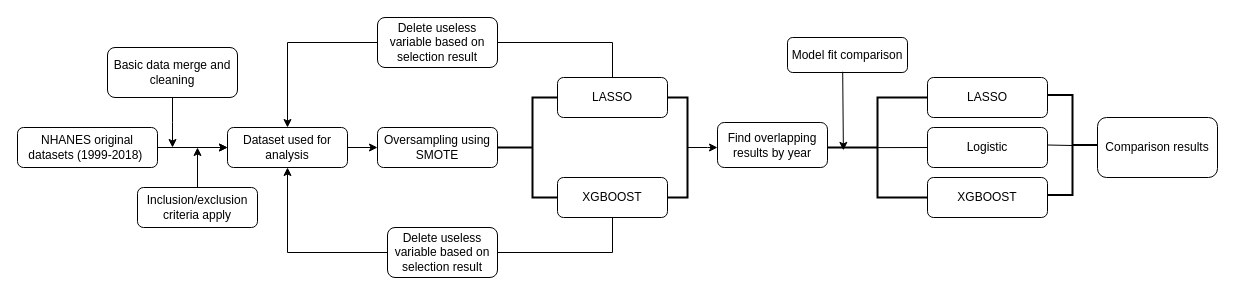
xuetao666/625_Group5 keeps this draw.io diagram as Results/Flowchart.drawio. Above is the earlier version. Source tidied: cells renumbered, new cells numbered last; positions are measured from the earlier drawing's top-left corner, leaving out a move shared by most shapes. Both pictures are drawn from the tidied source at 100%, with x=0, y=0 at pixel (17, 17).
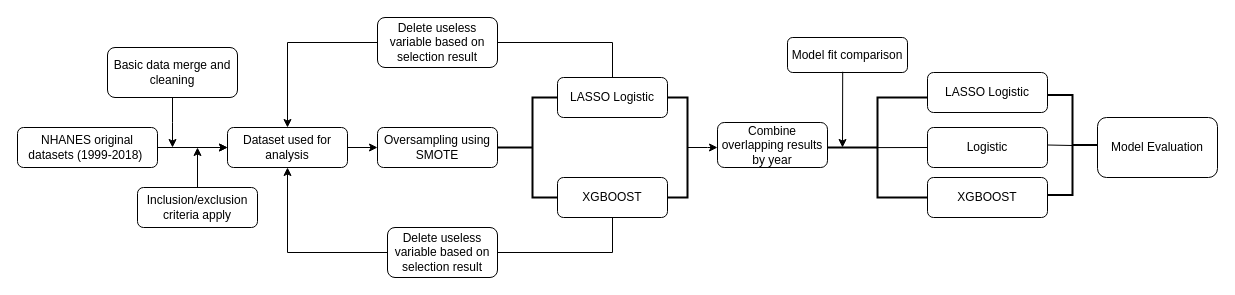
After the change.

Unchanged cells that the change refers to:
```xml
<mxCell id="24" style="strokeWidth=2;html=1;shape=mxgraph.flowchart.annotation_2;align=left;labelPosition=right;" parent="1" vertex="1">
  <mxGeometry x="810" y="80" width="100" height="100" as="geometry" />
</mxCell>
<mxCell id="31" value="Model fit comparison" style="rounded=1;whiteSpace=wrap;html=1;" parent="1" vertex="1">
  <mxGeometry x="770" y="20" width="120" height="35" as="geometry" />
</mxCell>
```

The edit, as a diff of the source:
```diff
@@
-    <mxCell id="12" value="LASSO" style="rounded=1;whiteSpace=wrap;html=1;" parent="1" vertex="1">
+    <mxCell id="12" value="LASSO Logistic" style="rounded=1;whiteSpace=wrap;html=1;" parent="1" vertex="1">
       <mxGeometry x="540" y="60" width="110" height="40" as="geometry" />
     </mxCell>
@@
-    <mxCell id="16" value="Find overlapping results by year" style="rounded=1;whiteSpace=wrap;html=1;" parent="1" vertex="1">
+    <mxCell id="16" value="Combine overlapping results by year" style="rounded=1;whiteSpace=wrap;html=1;" parent="1" vertex="1">
       <mxGeometry x="700" y="105" width="110" height="45" as="geometry" />
     </mxCell>
@@
-    <mxCell id="25" value="LASSO" style="rounded=1;whiteSpace=wrap;html=1;" parent="1" vertex="1">
-      <mxGeometry x="910" y="60" width="120" height="40" as="geometry" />
+    <mxCell id="25" value="LASSO Logistic" style="rounded=1;whiteSpace=wrap;html=1;" parent="1" vertex="1">
+      <mxGeometry x="910" y="55" width="120" height="40" as="geometry" />
     </mxCell>
@@
-    <mxCell id="32" style="endArrow=classic;html=1;rounded=0;exitX=0.46;exitY=0.979;exitDx=0;exitDy=0;exitPerimeter=0;entryX=0.159;entryY=0.529;entryDx=0;entryDy=0;entryPerimeter=0;" parent="1" edge="1" source="31" target="24">
-      <mxGeometry relative="1" as="geometry" />
+    <mxCell id="32" style="endArrow=classic;html=1;rounded=0;exitX=0.46;exitY=0.979;exitDx=0;exitDy=0;exitPerimeter=0;" parent="1" edge="1" source="31">
+      <mxGeometry relative="1" as="geometry">
+        <mxPoint x="825" y="130" as="targetPoint" />
+      </mxGeometry>
     </mxCell>
-    <mxCell id="33" value="Comparison results" style="rounded=1;whiteSpace=wrap;html=1;" parent="1" vertex="1">
+    <mxCell id="33" value="Model Evaluation" style="rounded=1;whiteSpace=wrap;html=1;" parent="1" vertex="1">
       <mxGeometry x="1080" y="100" width="120" height="60" as="geometry" />
     </mxCell>
```
